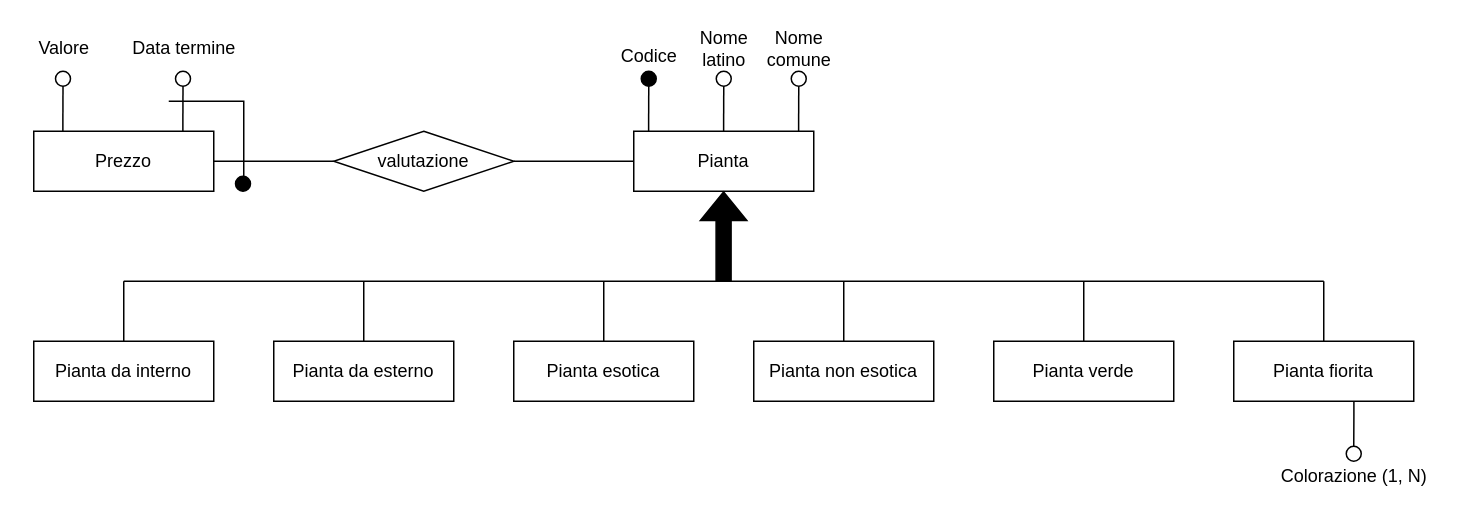
nic-agos/Verde-S.R.L keeps this draw.io diagram as ER-diagrams/ER-Piante-bis.drawio. Above is the earlier version. Source tidied: cells renumbered, new cells numbered last; positions are measured from the earlier drawing's top-left corner, leaving out a move shared by most shapes. Both pictures are drawn from the tidied source at 150%, with x=0, y=0 at pixel (24, 26).
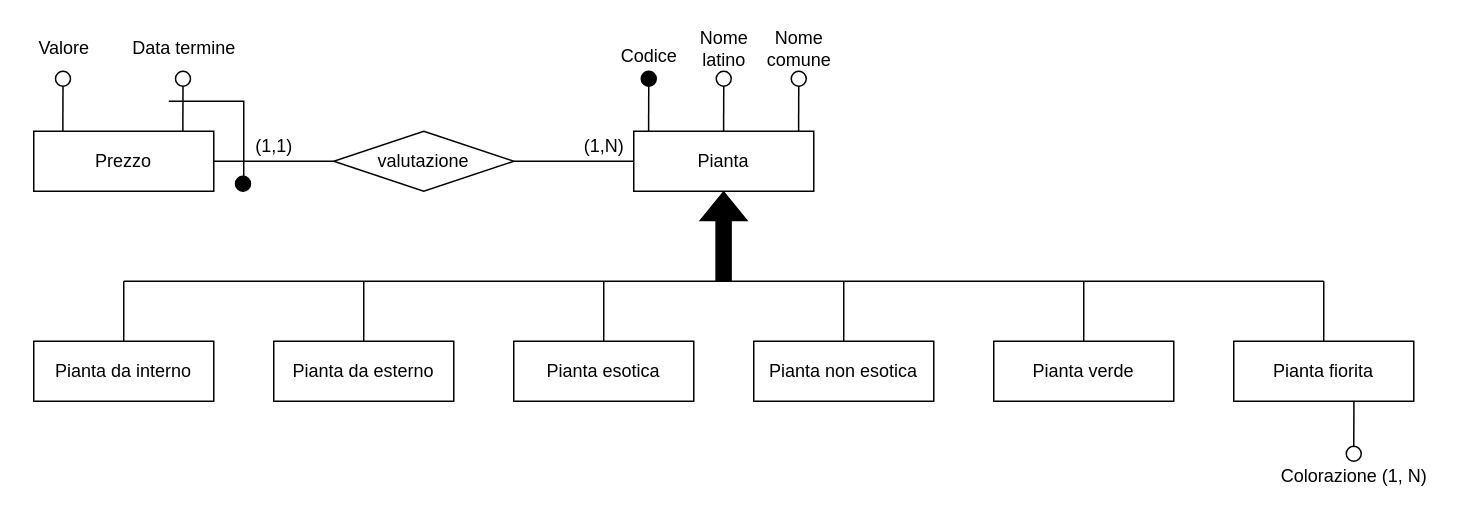
Above is the later version.

What changed in the source:
```diff
@@
+    <mxCell id="41" value="(1,N)" style="text;html=1;align=center;verticalAlign=middle;strokeColor=none;fillColor=none;" parent="1" vertex="1">
+      <mxGeometry x="366" y="70" width="40" height="20" as="geometry" />
+    </mxCell>
+    <mxCell id="42" value="(1,1)" style="text;html=1;align=center;verticalAlign=middle;strokeColor=none;fillColor=none;" parent="1" vertex="1">
+      <mxGeometry x="146" y="70" width="40" height="20" as="geometry" />
+    </mxCell>
```
